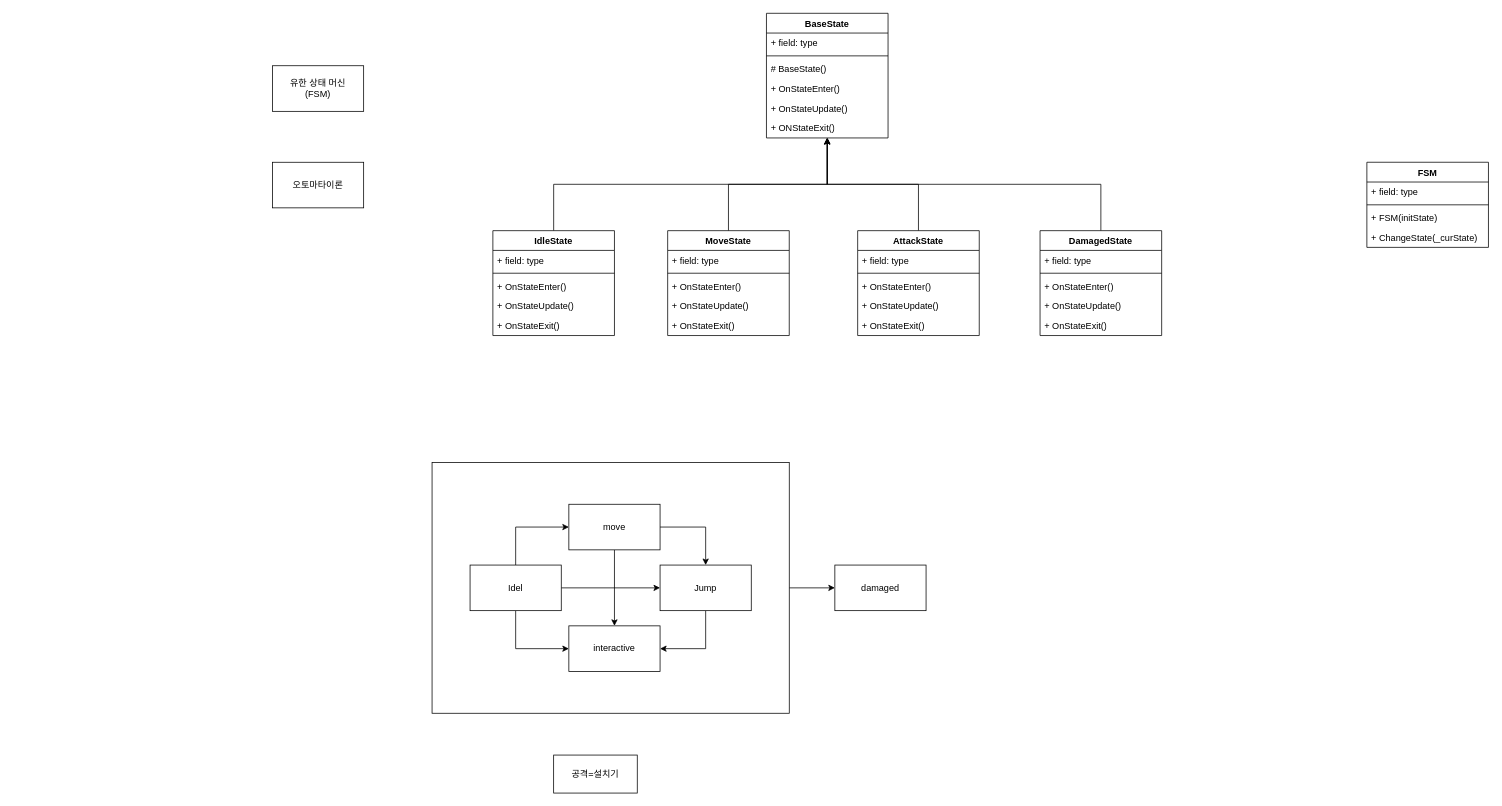
Above: StateMachineFlowChart.drawio in hu4nana/ClassIdeas (draw.io), before the change. Source tidied: cells renumbered, new cells numbered last; positions are measured from the earlier drawing's top-left corner, leaving out a move shared by most shapes. Both pictures are drawn from the tidied source at 76%, with x=0, y=0 at pixel (272, 13).
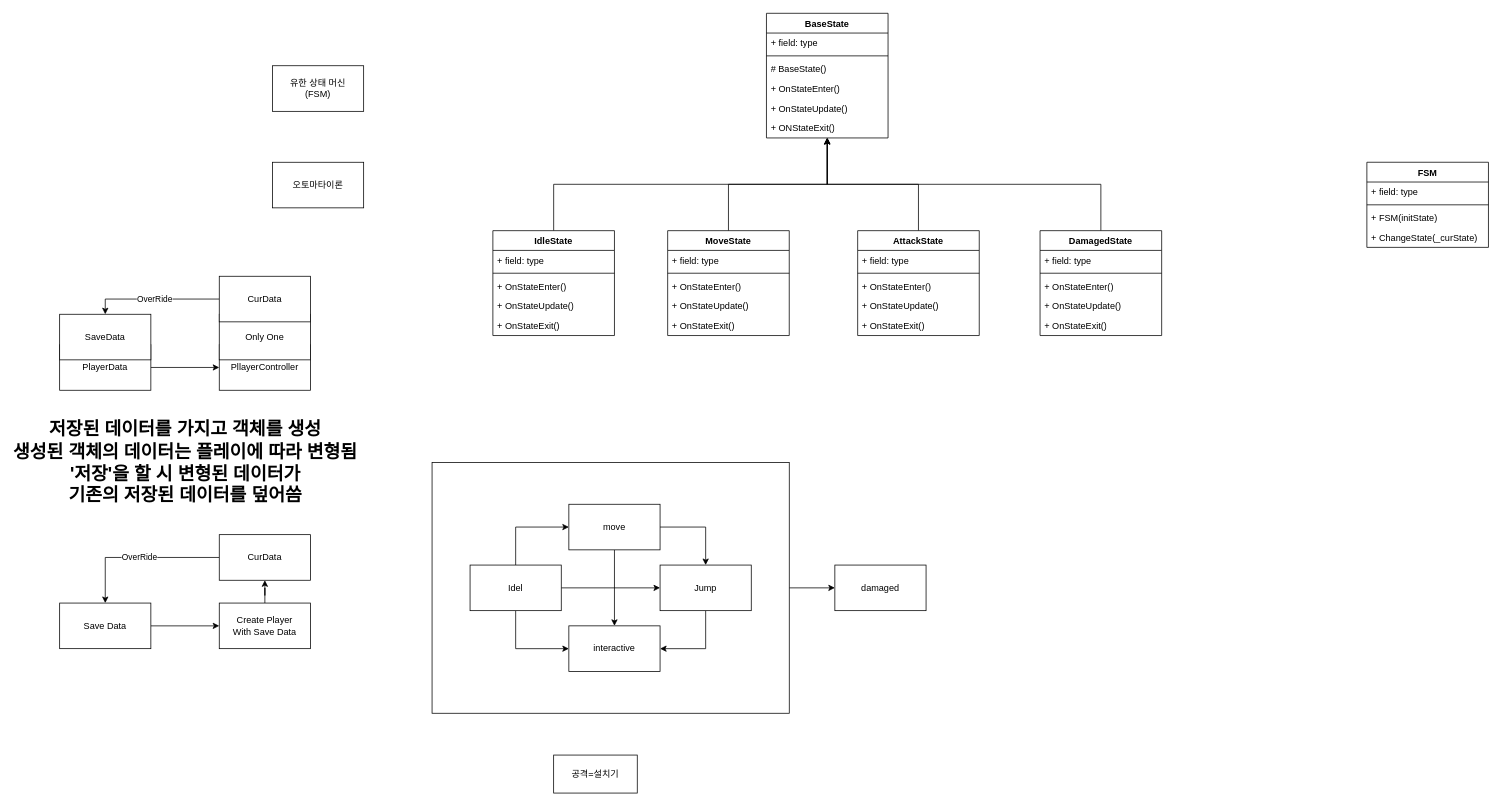
Above is the later version.

Diff of the diagram source:
```diff
@@
+    <mxCell id="58" style="group;" parent="1" vertex="1">
+      <mxGeometry x="-280" y="346" width="330" height="150" as="geometry" />
+    </mxCell>
+    <mxCell id="59" value="PllayerController" style="rounded=0;whiteSpace=wrap;html=1;" parent="58" vertex="1">
+      <mxGeometry x="210" y="90" width="120" height="60" as="geometry" />
+    </mxCell>
+    <mxCell id="60" style="edgeStyle=orthogonalEdgeStyle;rounded=0;jettySize=auto;html=1;entryX=0;entryY=0.5;entryDx=0;entryDy=0;" parent="58" edge="1" source="61" target="59">
+      <mxGeometry relative="1" as="geometry" />
+    </mxCell>
+    <mxCell id="61" value="PlayerData" style="rounded=0;whiteSpace=wrap;html=1;" parent="58" vertex="1">
+      <mxGeometry y="90" width="120" height="60" as="geometry" />
+    </mxCell>
+    <mxCell id="62" value="Only One" style="rounded=0;whiteSpace=wrap;html=1;" parent="58" vertex="1">
+      <mxGeometry x="210" y="50" width="120" height="60" as="geometry" />
+    </mxCell>
+    <mxCell id="63" value="SaveData" style="rounded=0;whiteSpace=wrap;html=1;" parent="58" vertex="1">
+      <mxGeometry y="50" width="120" height="60" as="geometry" />
+    </mxCell>
+    <mxCell id="64" value="OverRide" style="edgeStyle=orthogonalEdgeStyle;rounded=0;jettySize=auto;html=1;entryX=0.5;entryY=0;entryDx=0;entryDy=0;" parent="58" edge="1" source="65" target="63">
+      <mxGeometry relative="1" as="geometry" />
+    </mxCell>
+    <mxCell id="65" value="CurData" style="rounded=0;whiteSpace=wrap;html=1;" parent="58" vertex="1">
+      <mxGeometry x="210" width="120" height="60" as="geometry" />
+    </mxCell>
+    <mxCell id="66" value="저장된 데이터를 가지고 객체를 생성&lt;div&gt;생성된 객체의 데이터는 플레이에 따라 변형됨&lt;/div&gt;&lt;div&gt;'저장'을 할 시 변형된 데이터가&lt;/div&gt;&lt;div&gt;기존의 저장된 데이터를 덮어씀&lt;/div&gt;" style="text;strokeColor=none;fillColor=none;html=1;fontSize=24;fontStyle=1;verticalAlign=middle;align=center;" parent="1" vertex="1">
+      <mxGeometry x="-165" y="571" width="100" height="40" as="geometry" />
+    </mxCell>
+    <mxCell id="67" style="group;" parent="1" vertex="1">
+      <mxGeometry x="-280" y="686" width="330" height="150" as="geometry" />
+    </mxCell>
+    <mxCell id="68" style="edgeStyle=orthogonalEdgeStyle;rounded=0;jettySize=auto;html=1;" parent="67" edge="1" source="69" target="73">
+      <mxGeometry relative="1" as="geometry" />
+    </mxCell>
+    <mxCell id="69" value="Create Player&lt;div&gt;With Save Data&lt;/div&gt;" style="rounded=0;whiteSpace=wrap;html=1;" parent="67" vertex="1">
+      <mxGeometry x="210" y="90" width="120" height="60" as="geometry" />
+    </mxCell>
+    <mxCell id="70" style="edgeStyle=orthogonalEdgeStyle;rounded=0;jettySize=auto;html=1;entryX=0;entryY=0.5;entryDx=0;entryDy=0;" parent="67" edge="1" source="71" target="69">
+      <mxGeometry relative="1" as="geometry" />
+    </mxCell>
+    <mxCell id="71" value="Save Data" style="rounded=0;whiteSpace=wrap;html=1;" parent="67" vertex="1">
+      <mxGeometry y="90" width="120" height="60" as="geometry" />
+    </mxCell>
+    <mxCell id="72" value="OverRide" style="edgeStyle=orthogonalEdgeStyle;rounded=0;jettySize=auto;html=1;entryX=0.5;entryY=0;entryDx=0;entryDy=0;" parent="67" edge="1" source="73" target="71">
+      <mxGeometry relative="1" as="geometry" />
+    </mxCell>
+    <mxCell id="73" value="CurData" style="rounded=0;whiteSpace=wrap;html=1;" parent="67" vertex="1">
+      <mxGeometry x="210" width="120" height="60" as="geometry" />
+    </mxCell>
```
